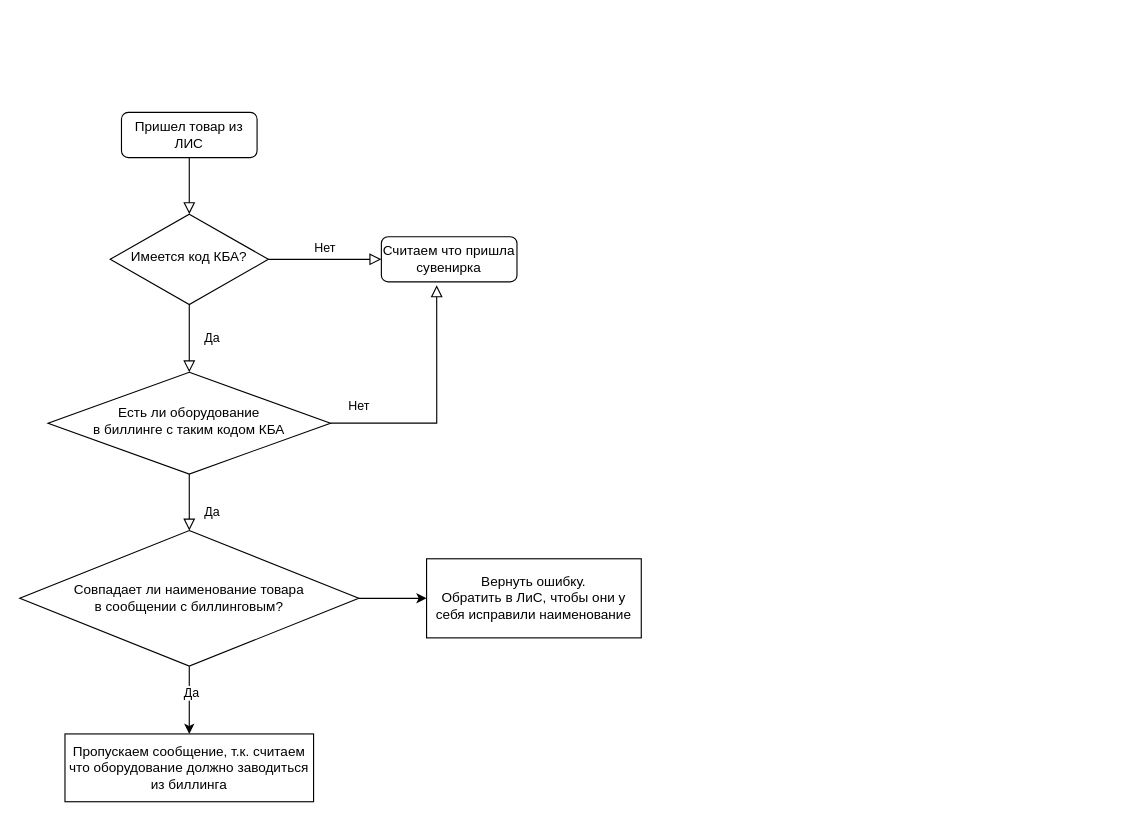
Before: Лис.drawio in Kostey2204/GpsApp, a draw.io diagram. Source tidied: cells renumbered, new cells numbered last; positions are measured from the earlier drawing's top-left corner, leaving out a move shared by most shapes. Both pictures are drawn from the tidied source at 113%, with x=0, y=0 at pixel (19, 112).
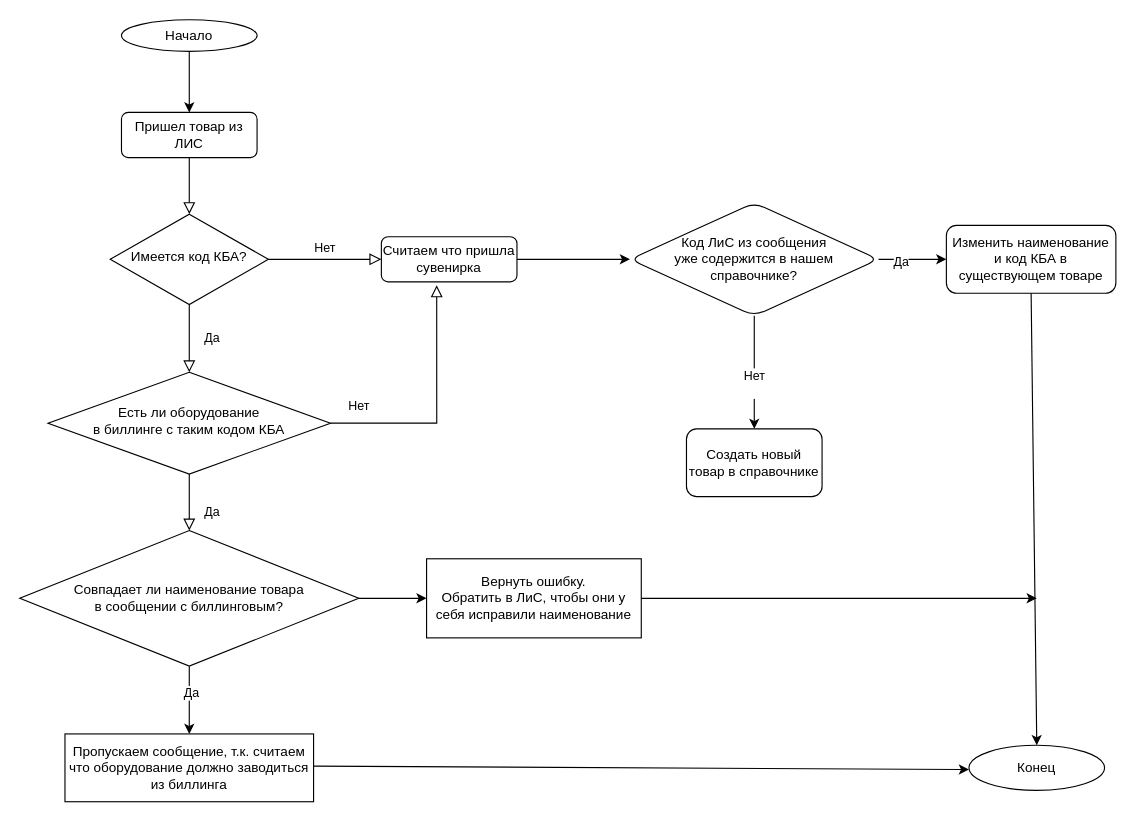
Above is the later version.

The change refers to these unchanged cells:
```xml
<mxCell id="3" value="Пришел товар из ЛИС" style="rounded=1;whiteSpace=wrap;html=1;fontSize=12;glass=0;strokeWidth=1;shadow=0;" parent="1" vertex="1">
  <mxGeometry x="90" width="120" height="40" as="geometry" />
</mxCell>
<mxCell id="7" value="Считаем что пришла сувенирка" style="rounded=1;whiteSpace=wrap;html=1;fontSize=12;glass=0;strokeWidth=1;shadow=0;" parent="1" vertex="1">
  <mxGeometry x="320" y="110" width="120" height="40" as="geometry" />
</mxCell>
```

Change to the diagram source:
```diff
@@
+    <mxCell id="17" style="edgeStyle=orthogonalEdgeStyle;rounded=0;jettySize=auto;html=1;" parent="1" edge="1" source="7" target="22">
+      <mxGeometry relative="1" as="geometry" />
+    </mxCell>
@@
+    <mxCell id="18" style="edgeStyle=orthogonalEdgeStyle;rounded=0;jettySize=auto;html=1;" parent="1" edge="1" source="22" target="23">
+      <mxGeometry relative="1" as="geometry" />
+    </mxCell>
+    <mxCell id="19" value="Нет&lt;div&gt;&lt;br&gt;&lt;/div&gt;" style="edgeLabel;html=1;align=center;verticalAlign=middle;" parent="18" vertex="1">
+      <mxGeometry x="0.18" y="-1" relative="1" as="geometry" />
+    </mxCell>
+    <mxCell id="20" style="edgeStyle=orthogonalEdgeStyle;rounded=0;jettySize=auto;html=1;" parent="1" edge="1" source="22" target="24">
+      <mxGeometry relative="1" as="geometry" />
+    </mxCell>
+    <mxCell id="21" value="Да" style="edgeLabel;html=1;align=center;verticalAlign=middle;" parent="20" vertex="1">
+      <mxGeometry x="-0.36" y="-1" relative="1" as="geometry" />
+    </mxCell>
+    <mxCell id="22" value="Код ЛиС из сообщения &lt;br&gt;уже содержится в нашем &lt;br&gt;справочнике?" style="rhombus;whiteSpace=wrap;html=1;rounded=1;glass=0;strokeWidth=1;shadow=0;" parent="1" vertex="1">
+      <mxGeometry x="540" y="80" width="220" height="100" as="geometry" />
+    </mxCell>
+    <mxCell id="23" value="Создать новый товар в справочнике" style="whiteSpace=wrap;html=1;rounded=1;glass=0;strokeWidth=1;shadow=0;" parent="1" vertex="1">
+      <mxGeometry x="590" y="280" width="120" height="60" as="geometry" />
+    </mxCell>
+    <mxCell id="24" value="Изменить наименование и код КБА в существующем товаре" style="whiteSpace=wrap;html=1;rounded=1;glass=0;strokeWidth=1;shadow=0;" parent="1" vertex="1">
+      <mxGeometry x="820" y="100" width="150" height="60" as="geometry" />
+    </mxCell>
+    <mxCell id="25" value="Конец" style="ellipse;whiteSpace=wrap;html=1;" parent="1" vertex="1">
+      <mxGeometry x="840" y="560" width="120" height="40" as="geometry" />
+    </mxCell>
+    <mxCell id="26" style="endArrow=classic;html=1;rounded=0;entryX=0.083;entryY=0.825;entryDx=0;entryDy=0;entryPerimeter=0;" parent="1" edge="1">
+      <mxGeometry relative="1" as="geometry">
+        <mxPoint x="260" y="578.5" as="sourcePoint" />
+        <mxPoint x="840" y="581.5" as="targetPoint" />
+      </mxGeometry>
+    </mxCell>
+    <mxCell id="27" style="endArrow=classic;html=1;rounded=0;exitX=0.5;exitY=1;exitDx=0;exitDy=0;entryX=0.5;entryY=0;entryDx=0;entryDy=0;" parent="1" edge="1" source="24" target="25">
+      <mxGeometry relative="1" as="geometry" />
+    </mxCell>
+    <mxCell id="28" style="endArrow=classic;html=1;rounded=0;" parent="1" edge="1">
+      <mxGeometry relative="1" as="geometry">
+        <mxPoint x="550" y="430" as="sourcePoint" />
+        <mxPoint x="900" y="430" as="targetPoint" />
+      </mxGeometry>
+    </mxCell>
+    <mxCell id="29" value="Начало" style="ellipse;whiteSpace=wrap;html=1;" parent="1" vertex="1">
+      <mxGeometry x="90" y="-82" width="120" height="28" as="geometry" />
+    </mxCell>
+    <mxCell id="30" style="endArrow=classic;html=1;rounded=0;exitX=0.5;exitY=1;exitDx=0;exitDy=0;entryX=0.5;entryY=0;entryDx=0;entryDy=0;" parent="1" edge="1" source="29" target="3">
+      <mxGeometry relative="1" as="geometry" />
+    </mxCell>
```
